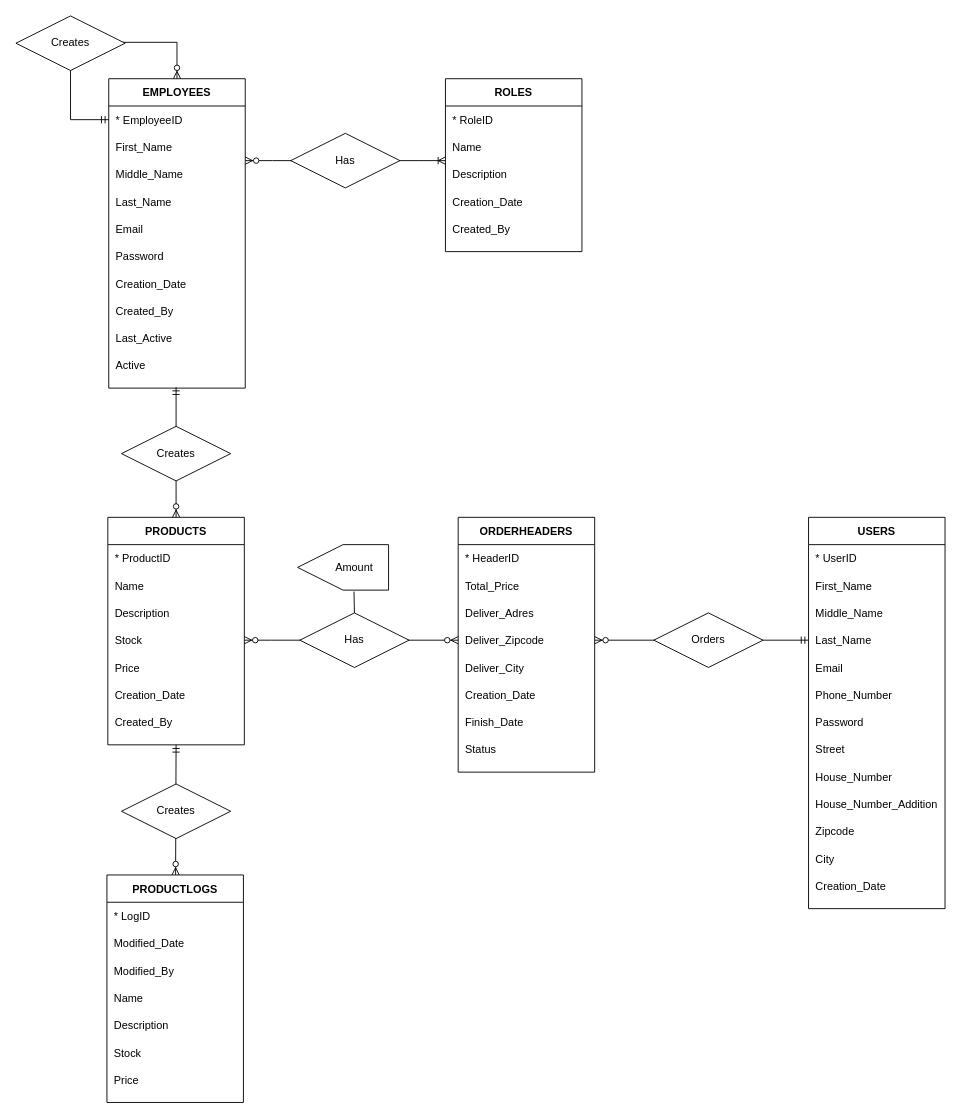
Above: ERD.drawio in wgeboers/stilteaubvDatabase (draw.io), before the change. Source tidied: cells renumbered, new cells numbered last; positions are measured from the earlier drawing's top-left corner, leaving out a move shared by most shapes. Both pictures are drawn from the tidied source at 91%, with x=0, y=0 at pixel (15, 15).
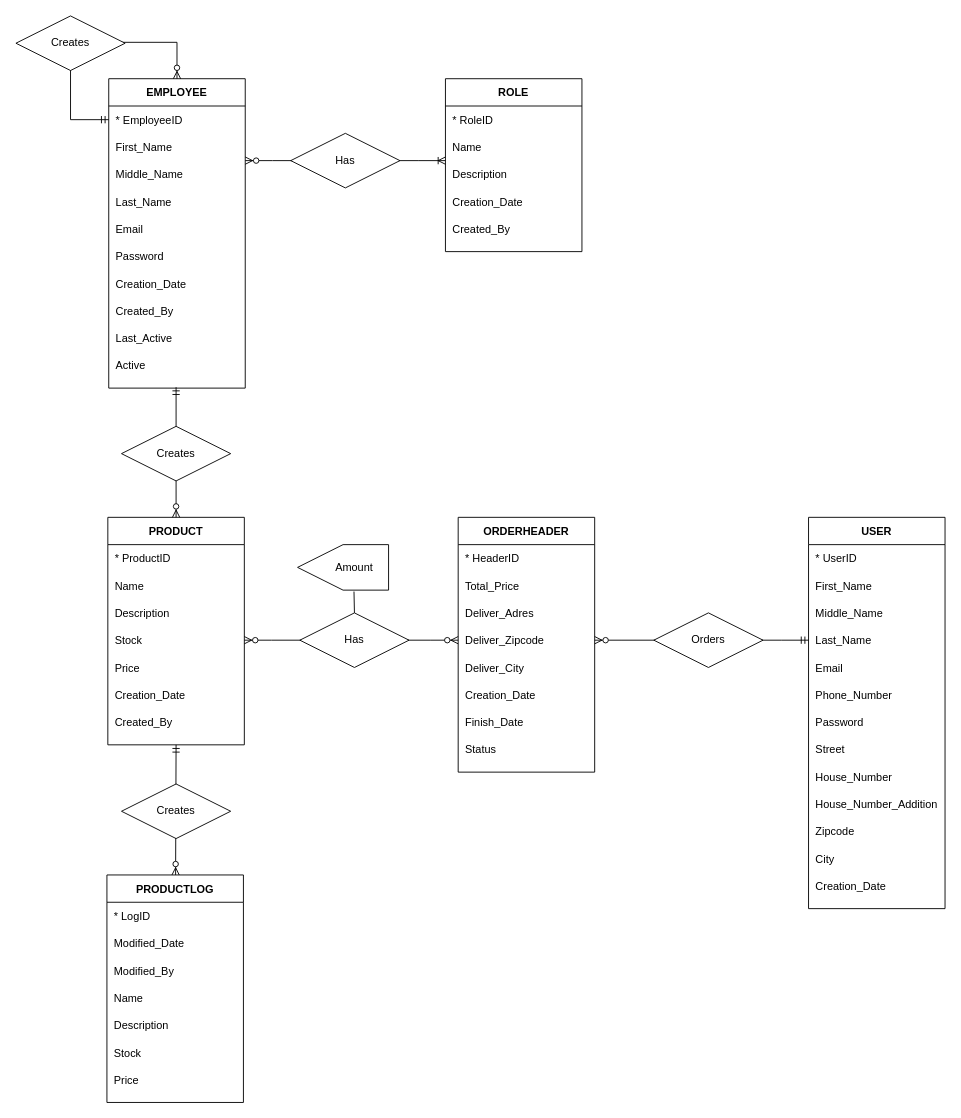
The same diagram, later.

Commit message (it also covers changes not shown here):
Laatste correcties in ERD

Change to the diagram source:
```diff
@@
-    <mxCell id="2" value="EMPLOYEES" style="shape=table;startSize=30;childLayout=tableLayout;rowLines=0;fontStyle=1;align=center;" parent="1" vertex="1">
+    <mxCell id="2" value="EMPLOYEE" style="shape=table;startSize=30;childLayout=tableLayout;rowLines=0;fontStyle=1;align=center;" parent="1" vertex="1">
       <mxGeometry x="102" y="69" width="150" height="340" as="geometry" />
     </mxCell>
@@
-    <mxCell id="24" value="ROLES" style="shape=table;startSize=30;childLayout=tableLayout;rowLines=0;fontStyle=1;align=center;" parent="1" vertex="1">
+    <mxCell id="24" value="ROLE" style="shape=table;startSize=30;childLayout=tableLayout;rowLines=0;fontStyle=1;align=center;" parent="1" vertex="1">
       <mxGeometry x="472" y="69" width="150" height="190" as="geometry" />
     </mxCell>
@@
-    <mxCell id="35" value="USERS" style="shape=table;startSize=30;childLayout=tableLayout;rowLines=0;fontStyle=1;align=center;" parent="1" vertex="1">
+    <mxCell id="35" value="USER" style="shape=table;startSize=30;childLayout=tableLayout;rowLines=0;fontStyle=1;align=center;" parent="1" vertex="1">
       <mxGeometry x="871" y="551" width="150" height="430" as="geometry" />
     </mxCell>
@@
-    <mxCell id="62" value="PRODUCTS" style="shape=table;startSize=30;childLayout=tableLayout;rowLines=0;fontStyle=1;align=center;" parent="1" vertex="1">
+    <mxCell id="62" value="PRODUCT" style="shape=table;startSize=30;childLayout=tableLayout;rowLines=0;fontStyle=1;align=center;" parent="1" vertex="1">
       <mxGeometry x="101" y="551" width="150" height="250" as="geometry" />
     </mxCell>
@@
-    <mxCell id="77" value="PRODUCTLOGS" style="shape=table;startSize=30;childLayout=tableLayout;rowLines=0;fontStyle=1;align=center;" parent="1" vertex="1">
+    <mxCell id="77" value="PRODUCTLOG" style="shape=table;startSize=30;childLayout=tableLayout;rowLines=0;fontStyle=1;align=center;" parent="1" vertex="1">
       <mxGeometry x="100" y="944" width="150" height="250" as="geometry" />
     </mxCell>
@@
-    <mxCell id="101" value="ORDERHEADERS" style="shape=table;startSize=30;childLayout=tableLayout;rowLines=0;fontStyle=1;align=center;" parent="1" vertex="1">
+    <mxCell id="101" value="ORDERHEADER" style="shape=table;startSize=30;childLayout=tableLayout;rowLines=0;fontStyle=1;align=center;" parent="1" vertex="1">
       <mxGeometry x="486" y="551" width="150" height="280" as="geometry" />
     </mxCell>
```
